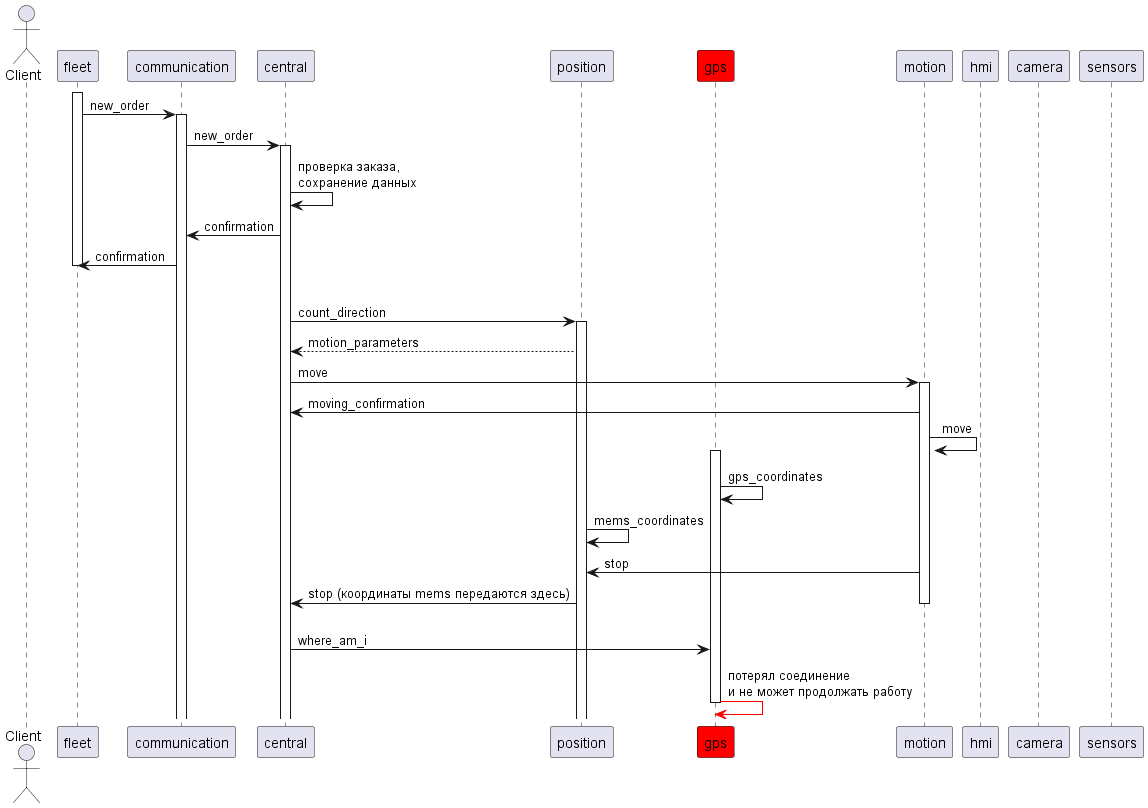
The PlantUML diagram pics/sd_9.png in Fishonground/Delivery, before a commit.
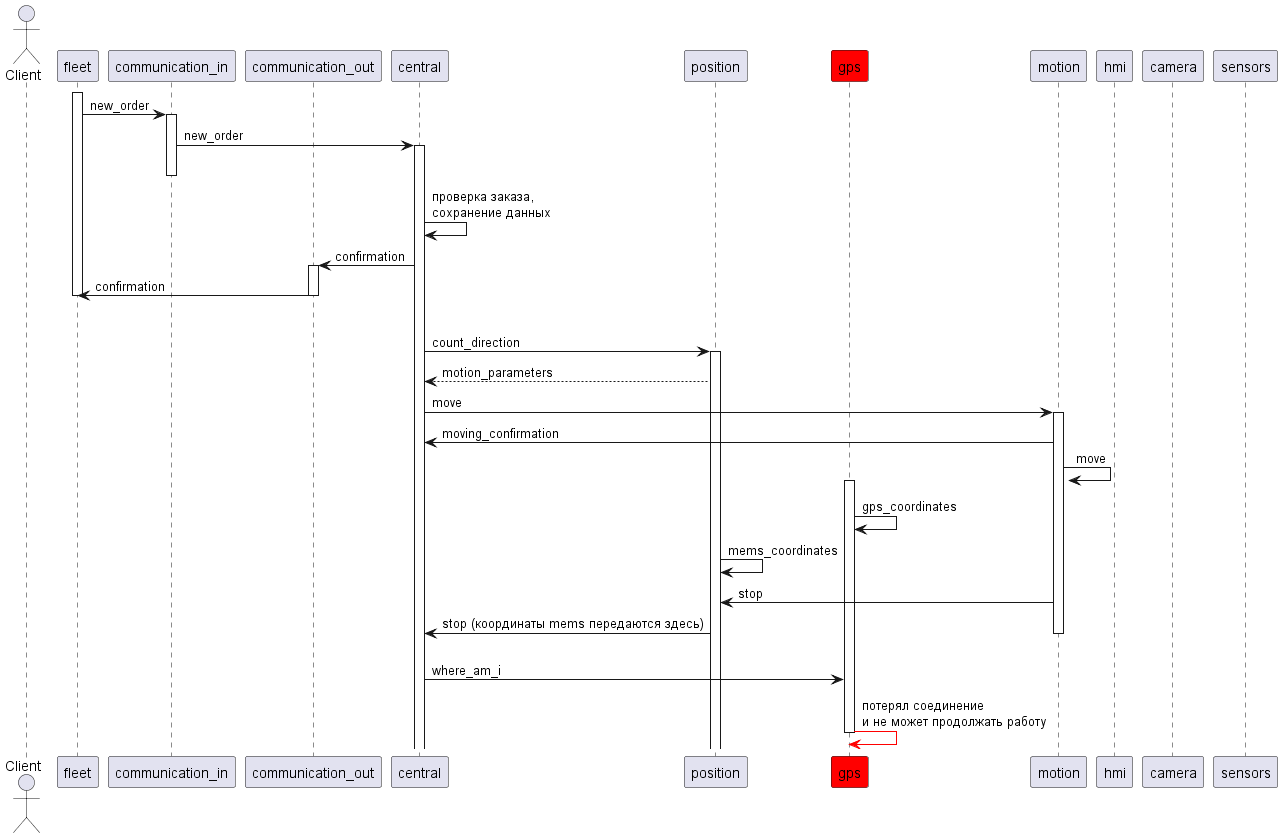
After the change.

The edit, as a diff of the source:
```diff
@@ -1,7 +1,8 @@
 @startuml
 actor "Client" as c
 participant fleet
-participant communication
+participant communication_in
+participant communication_out
 participant central
 participant position
 participant gps #red
@@ -12,11 +13,13 @@
 
 
 fleet++
-fleet -> communication++: new_order
-communication -> central++: new_order
+fleet -> communication_in++: new_order
+communication_in -> central++: new_order
+communication_in --
 central -> central: проверка заказа,\nсохранение данных
-central -> communication: confirmation
-communication -> fleet: confirmation
+central -> communication_out++: confirmation
+communication_out -> fleet: confirmation
+communication_out --
 fleet --
 loop движение к заданной точке x1,y1, пока не достигнем ее
 central -> position++: count_direction
```
